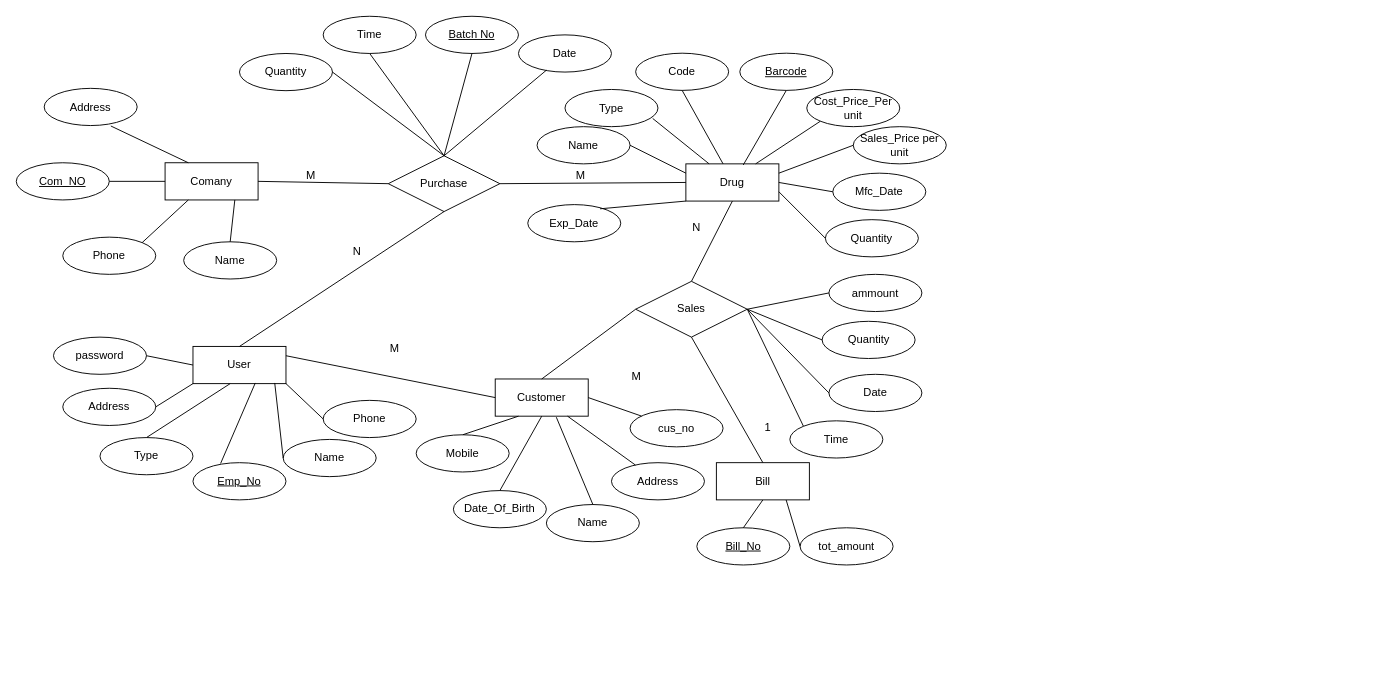
Earlier version of the draw.io diagram diagrams/Untitled Diagram.drawio (Waruna00/Pharmacy-Management-System). Source tidied: cells renumbered, new cells numbered last; positions are measured from the earlier drawing's top-left corner, leaving out a move shared by most shapes. Both pictures are drawn from the tidied source at 93%, with x=0, y=0 at pixel (16, 16).
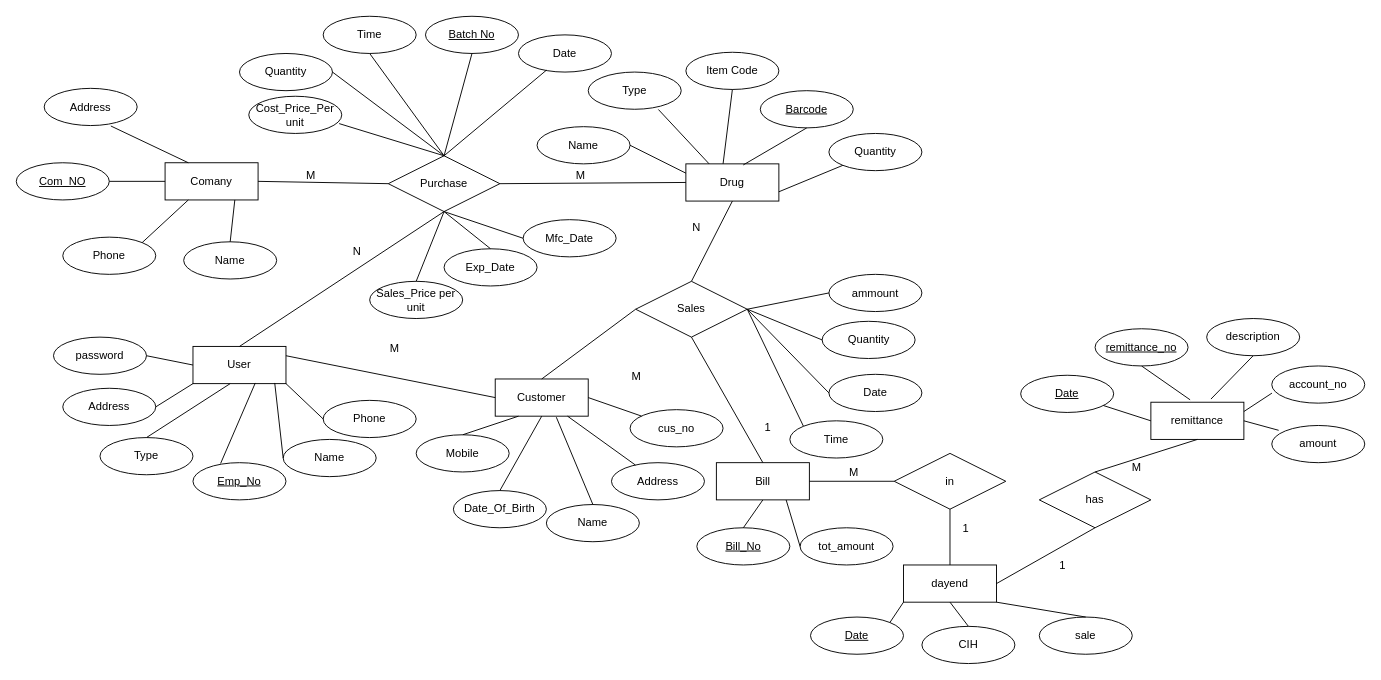
After the change.

Unchanged cells that the change refers to:
```xml
<mxCell id="7" value="Purchase" style="shape=rhombus;perimeter=rhombusPerimeter;whiteSpace=wrap;html=1;align=center;" parent="1" vertex="1">
  <mxGeometry x="400" y="150" width="120" height="60" as="geometry" />
</mxCell>
<mxCell id="20" value="Drug" style="whiteSpace=wrap;html=1;align=center;" parent="1" vertex="1">
  <mxGeometry x="720" y="158.7" width="100" height="40" as="geometry" />
</mxCell>
<mxCell id="84" value="Bill" style="whiteSpace=wrap;html=1;align=center;" parent="1" vertex="1">
  <mxGeometry x="752.8" y="480" width="100" height="40" as="geometry" />
</mxCell>
```

Diff of the diagram source:
```diff
@@
     <mxCell id="22" value="Type" style="ellipse;whiteSpace=wrap;html=1;align=center;" parent="1" vertex="1">
-      <mxGeometry x="590" y="78.7" width="100" height="40" as="geometry" />
+      <mxGeometry x="615" y="60" width="100" height="40" as="geometry" />
     </mxCell>
-    <mxCell id="23" value="Code" style="ellipse;whiteSpace=wrap;html=1;align=center;" parent="1" vertex="1">
-      <mxGeometry x="666" y="39.7" width="100" height="40" as="geometry" />
+    <mxCell id="23" value="Item Code" style="ellipse;whiteSpace=wrap;html=1;align=center;" parent="1" vertex="1">
+      <mxGeometry x="720" y="38.7" width="100" height="40" as="geometry" />
     </mxCell>
     <mxCell id="24" value="&lt;u&gt;Barcode&lt;/u&gt;" style="ellipse;whiteSpace=wrap;html=1;align=center;" parent="1" vertex="1">
-      <mxGeometry x="778" y="39.7" width="100" height="40" as="geometry" />
+      <mxGeometry x="800" y="80" width="100" height="40" as="geometry" />
     </mxCell>
     <mxCell id="25" value="Cost_Price_Per unit" style="ellipse;whiteSpace=wrap;html=1;align=center;" parent="1" vertex="1">
-      <mxGeometry x="850" y="78.7" width="100" height="40" as="geometry" />
+      <mxGeometry x="250" y="86" width="100" height="40" as="geometry" />
     </mxCell>
     <mxCell id="26" value="Exp_Date" style="ellipse;whiteSpace=wrap;html=1;align=center;" parent="1" vertex="1">
-      <mxGeometry x="550" y="202.5" width="100" height="40" as="geometry" />
+      <mxGeometry x="460" y="250" width="100" height="40" as="geometry" />
     </mxCell>
     <mxCell id="27" value="Quantity" style="ellipse;whiteSpace=wrap;html=1;align=center;" parent="1" vertex="1">
-      <mxGeometry x="870" y="218.7" width="100" height="40" as="geometry" />
+      <mxGeometry x="873.8" y="126" width="100" height="40" as="geometry" />
     </mxCell>
     <mxCell id="28" value="Sales_Price per unit" style="ellipse;whiteSpace=wrap;html=1;align=center;" parent="1" vertex="1">
-      <mxGeometry x="900" y="118.7" width="100" height="40" as="geometry" />
+      <mxGeometry x="380" y="285" width="100" height="40" as="geometry" />
     </mxCell>
     <mxCell id="29" value="Mfc_Date" style="ellipse;whiteSpace=wrap;html=1;align=center;" parent="1" vertex="1">
-      <mxGeometry x="878" y="168.7" width="100" height="40" as="geometry" />
+      <mxGeometry x="545" y="218.7" width="100" height="40" as="geometry" />
     </mxCell>
@@
-    <mxCell id="31" style="endArrow=none;html=1;rounded=0;entryX=0.943;entryY=0.779;entryDx=0;entryDy=0;exitX=0.25;exitY=0;exitDx=0;exitDy=0;entryPerimeter=0;" parent="1" edge="1" source="20" target="22">
+    <mxCell id="31" style="endArrow=none;html=1;rounded=0;entryX=0.754;entryY=1.005;entryDx=0;entryDy=0;exitX=0.25;exitY=0;exitDx=0;exitDy=0;entryPerimeter=0;" parent="1" edge="1" source="20" target="22">
       <mxGeometry relative="1" as="geometry" />
     </mxCell>
@@
-    <mxCell id="34" style="endArrow=none;html=1;rounded=0;entryX=0;entryY=1;entryDx=0;entryDy=0;exitX=0.75;exitY=0;exitDx=0;exitDy=0;" parent="1" edge="1" source="20" target="25">
+    <mxCell id="34" style="endArrow=none;html=1;rounded=0;entryX=0.972;entryY=0.735;entryDx=0;entryDy=0;exitX=0.5;exitY=0;exitDx=0;exitDy=0;entryPerimeter=0;" parent="1" edge="1" source="7" target="25">
       <mxGeometry relative="1" as="geometry" />
     </mxCell>
-    <mxCell id="35" style="endArrow=none;html=1;rounded=0;entryX=0;entryY=0.5;entryDx=0;entryDy=0;exitX=1;exitY=0.25;exitDx=0;exitDy=0;" parent="1" edge="1" source="20" target="28">
+    <mxCell id="35" style="endArrow=none;html=1;rounded=0;entryX=0.5;entryY=0;entryDx=0;entryDy=0;exitX=0.5;exitY=1;exitDx=0;exitDy=0;" parent="1" edge="1" source="7" target="28">
       <mxGeometry relative="1" as="geometry" />
     </mxCell>
-    <mxCell id="36" style="endArrow=none;html=1;rounded=0;entryX=1;entryY=0.75;entryDx=0;entryDy=0;exitX=0;exitY=0.5;exitDx=0;exitDy=0;" parent="1" edge="1" source="27" target="20">
+    <mxCell id="36" style="endArrow=none;html=1;rounded=0;entryX=1;entryY=0.75;entryDx=0;entryDy=0;" parent="1" edge="1" source="27" target="20">
       <mxGeometry relative="1" as="geometry" />
     </mxCell>
-    <mxCell id="37" style="endArrow=none;html=1;rounded=0;entryX=1;entryY=0.5;entryDx=0;entryDy=0;exitX=0;exitY=0.5;exitDx=0;exitDy=0;" parent="1" edge="1" source="29" target="20">
+    <mxCell id="37" style="endArrow=none;html=1;rounded=0;entryX=0.5;entryY=1;entryDx=0;entryDy=0;exitX=0;exitY=0.5;exitDx=0;exitDy=0;" parent="1" edge="1" source="29" target="7">
       <mxGeometry relative="1" as="geometry" />
     </mxCell>
-    <mxCell id="38" style="endArrow=none;html=1;rounded=0;exitX=0.777;exitY=0.113;exitDx=0;exitDy=0;exitPerimeter=0;entryX=0;entryY=1;entryDx=0;entryDy=0;" parent="1" edge="1" source="26" target="20">
+    <mxCell id="38" style="endArrow=none;html=1;rounded=0;exitX=0.5;exitY=0;exitDx=0;exitDy=0;entryX=0.5;entryY=1;entryDx=0;entryDy=0;" parent="1" edge="1" source="26" target="7">
       <mxGeometry relative="1" as="geometry" />
     </mxCell>
@@
+    <mxCell id="91" value="in" style="shape=rhombus;perimeter=rhombusPerimeter;whiteSpace=wrap;html=1;align=center;" parent="1" vertex="1">
+      <mxGeometry x="944" y="470" width="120" height="60" as="geometry" />
+    </mxCell>
+    <mxCell id="92" style="endArrow=none;html=1;entryX=0;entryY=0.5;entryDx=0;entryDy=0;exitX=1;exitY=0.5;exitDx=0;exitDy=0;" parent="1" edge="1" source="84" target="91">
+      <mxGeometry relative="1" as="geometry" />
+    </mxCell>
+    <mxCell id="93" value="dayend" style="whiteSpace=wrap;html=1;align=center;" parent="1" vertex="1">
+      <mxGeometry x="954" y="590" width="100" height="40" as="geometry" />
+    </mxCell>
+    <mxCell id="94" style="endArrow=none;html=1;entryX=0.5;entryY=1;entryDx=0;entryDy=0;exitX=0.5;exitY=0;exitDx=0;exitDy=0;" parent="1" edge="1" source="93" target="91">
+      <mxGeometry relative="1" as="geometry" />
+    </mxCell>
+    <mxCell id="95" value="&lt;u&gt;Date&lt;/u&gt;" style="ellipse;whiteSpace=wrap;html=1;align=center;" parent="1" vertex="1">
+      <mxGeometry x="854" y="646" width="100" height="40" as="geometry" />
+    </mxCell>
+    <mxCell id="96" style="endArrow=none;html=1;rounded=0;entryX=0;entryY=1;entryDx=0;entryDy=0;exitX=1;exitY=0;exitDx=0;exitDy=0;" parent="1" edge="1" source="95" target="93">
+      <mxGeometry relative="1" as="geometry" />
+    </mxCell>
+    <mxCell id="97" value="CIH" style="ellipse;whiteSpace=wrap;html=1;align=center;" parent="1" vertex="1">
+      <mxGeometry x="973.8" y="656" width="100" height="40" as="geometry" />
+    </mxCell>
+    <mxCell id="98" value="&lt;u&gt;remittance_no&lt;/u&gt;" style="ellipse;whiteSpace=wrap;html=1;align=center;" parent="1" vertex="1">
+      <mxGeometry x="1160" y="336" width="100" height="40" as="geometry" />
+    </mxCell>
+    <mxCell id="99" style="endArrow=none;html=1;rounded=0;entryX=1;entryY=0.5;entryDx=0;entryDy=0;exitX=0.5;exitY=1;exitDx=0;exitDy=0;" parent="1" edge="1" source="106" target="93">
+      <mxGeometry relative="1" as="geometry" />
+    </mxCell>
+    <mxCell id="100" value="sale" style="ellipse;whiteSpace=wrap;html=1;align=center;" parent="1" vertex="1">
+      <mxGeometry x="1100" y="646" width="100" height="40" as="geometry" />
+    </mxCell>
+    <mxCell id="101" style="endArrow=none;html=1;rounded=0;entryX=0.5;entryY=1;entryDx=0;entryDy=0;exitX=0.5;exitY=0;exitDx=0;exitDy=0;" parent="1" edge="1" source="97" target="93">
+      <mxGeometry relative="1" as="geometry" />
+    </mxCell>
+    <mxCell id="102" style="endArrow=none;html=1;rounded=0;entryX=1;entryY=1;entryDx=0;entryDy=0;exitX=0.5;exitY=0;exitDx=0;exitDy=0;" parent="1" edge="1" source="100" target="93">
+      <mxGeometry relative="1" as="geometry" />
+    </mxCell>
+    <mxCell id="103" value="M" style="html=1;align=left;verticalAlign=bottom;" parent="1" vertex="1">
+      <mxGeometry x="670" y="406" as="geometry">
+        <mxPoint x="224" y="93" as="offset" />
+      </mxGeometry>
+    </mxCell>
+    <mxCell id="104" value="1" style="html=1;align=left;verticalAlign=bottom;" parent="1" vertex="1">
+      <mxGeometry x="820" y="455" as="geometry">
+        <mxPoint x="196" y="104" as="offset" />
+      </mxGeometry>
+    </mxCell>
+    <mxCell id="105" value="remittance" style="whiteSpace=wrap;html=1;align=center;" parent="1" vertex="1">
+      <mxGeometry x="1220" y="415" width="100" height="40" as="geometry" />
+    </mxCell>
+    <mxCell id="106" value="has" style="shape=rhombus;perimeter=rhombusPerimeter;whiteSpace=wrap;html=1;align=center;" parent="1" vertex="1">
+      <mxGeometry x="1100" y="490" width="120" height="60" as="geometry" />
+    </mxCell>
+    <mxCell id="107" style="endArrow=none;html=1;rounded=0;entryX=0.5;entryY=0;entryDx=0;entryDy=0;exitX=0.5;exitY=1;exitDx=0;exitDy=0;" parent="1" edge="1" source="105" target="106">
+      <mxGeometry relative="1" as="geometry" />
+    </mxCell>
+    <mxCell id="108" value="&lt;u&gt;Date&lt;/u&gt;" style="ellipse;whiteSpace=wrap;html=1;align=center;" parent="1" vertex="1">
+      <mxGeometry x="1080" y="386" width="100" height="40" as="geometry" />
+    </mxCell>
+    <mxCell id="109" style="endArrow=none;html=1;rounded=0;exitX=0;exitY=0.5;exitDx=0;exitDy=0;" parent="1" edge="1" source="105" target="108">
+      <mxGeometry relative="1" as="geometry" />
+    </mxCell>
+    <mxCell id="110" style="endArrow=none;html=1;rounded=0;exitX=0.422;exitY=-0.065;exitDx=0;exitDy=0;exitPerimeter=0;entryX=0.5;entryY=1;entryDx=0;entryDy=0;" parent="1" edge="1" source="105" target="98">
+      <mxGeometry relative="1" as="geometry" />
+    </mxCell>
+    <mxCell id="111" value="description" style="ellipse;whiteSpace=wrap;html=1;align=center;" parent="1" vertex="1">
+      <mxGeometry x="1280" y="325" width="100" height="40" as="geometry" />
+    </mxCell>
+    <mxCell id="112" value="account_no" style="ellipse;whiteSpace=wrap;html=1;align=center;" parent="1" vertex="1">
+      <mxGeometry x="1350" y="376" width="100" height="40" as="geometry" />
+    </mxCell>
+    <mxCell id="113" value="amount" style="ellipse;whiteSpace=wrap;html=1;align=center;" parent="1" vertex="1">
+      <mxGeometry x="1350" y="440" width="100" height="40" as="geometry" />
+    </mxCell>
+    <mxCell id="114" style="endArrow=none;html=1;rounded=0;exitX=0.5;exitY=1;exitDx=0;exitDy=0;entryX=0.646;entryY=-0.085;entryDx=0;entryDy=0;entryPerimeter=0;" parent="1" edge="1" source="111" target="105">
+      <mxGeometry relative="1" as="geometry" />
+    </mxCell>
+    <mxCell id="115" style="endArrow=none;html=1;rounded=0;exitX=1;exitY=0.25;exitDx=0;exitDy=0;entryX=0.002;entryY=0.73;entryDx=0;entryDy=0;entryPerimeter=0;" parent="1" edge="1" source="105" target="112">
+      <mxGeometry relative="1" as="geometry" />
+    </mxCell>
+    <mxCell id="116" style="endArrow=none;html=1;rounded=0;exitX=0.074;exitY=0.13;exitDx=0;exitDy=0;entryX=1;entryY=0.5;entryDx=0;entryDy=0;exitPerimeter=0;" parent="1" edge="1" source="113" target="105">
+      <mxGeometry relative="1" as="geometry" />
+    </mxCell>
+    <mxCell id="117" value="1" style="html=1;align=left;verticalAlign=bottom;" parent="1" vertex="1">
+      <mxGeometry x="923.8" y="495" as="geometry">
+        <mxPoint x="196" y="104" as="offset" />
+      </mxGeometry>
+    </mxCell>
+    <mxCell id="118" value="M" style="html=1;align=left;verticalAlign=bottom;" parent="1" vertex="1">
+      <mxGeometry x="973.8" y="400" as="geometry">
+        <mxPoint x="224" y="93" as="offset" />
+      </mxGeometry>
+    </mxCell>
```
